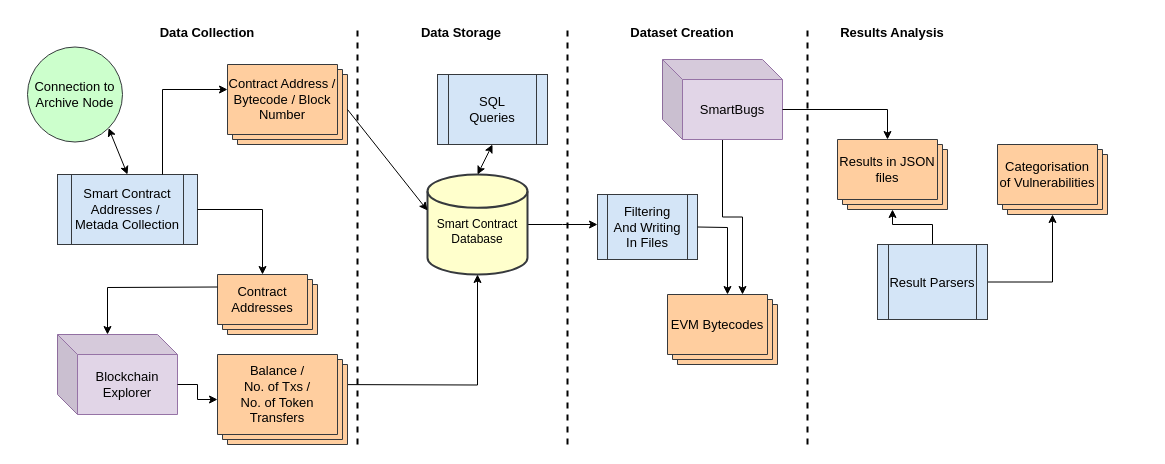
mchara01/centaur keeps this draw.io diagram as figures/drawio_files/analysis.drawio. Above is the earlier version. Source tidied: cells renumbered, new cells numbered last; positions are measured from the earlier drawing's top-left corner, leaving out a move shared by most shapes. Both pictures are drawn from the tidied source at 100%, with x=0, y=0 at pixel (27, 16).
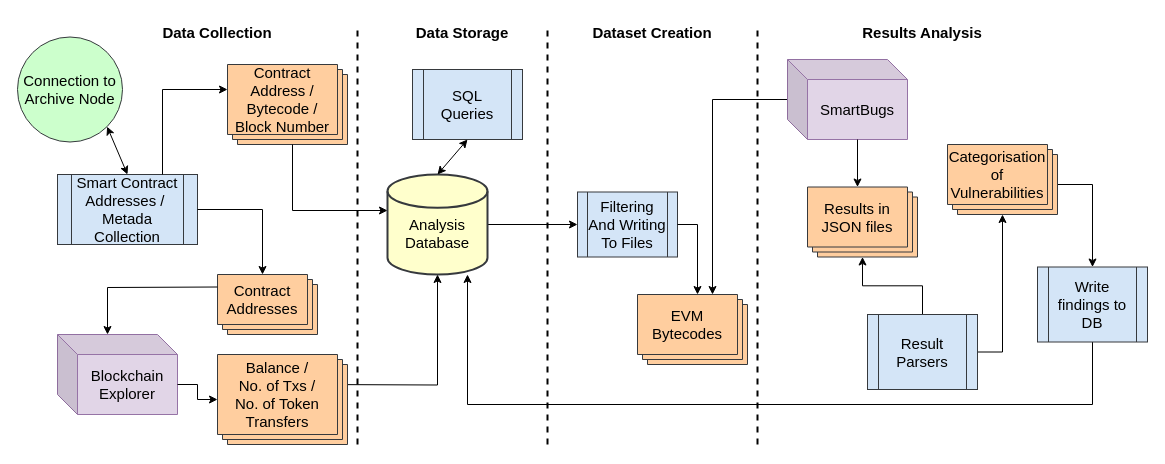
The same page after the edit.

Diff of the diagram source:
```diff
@@
-    <mxCell id="2" style="edgeStyle=orthogonalEdgeStyle;rounded=0;jettySize=auto;html=1;fontSize=13;strokeWidth=1;" parent="1" edge="1" source="3">
-      <mxGeometry relative="1" as="geometry">
-        <mxPoint x="570" y="208" as="targetPoint" />
-      </mxGeometry>
+    <mxCell id="2" style="edgeStyle=orthogonalEdgeStyle;rounded=0;jettySize=auto;html=1;fontSize=15;strokeWidth=1;entryX=0;entryY=0.5;entryDx=0;entryDy=0;" parent="1" edge="1" source="3" target="28">
+      <mxGeometry relative="1" as="geometry" />
     </mxCell>
-    <mxCell id="3" value="&lt;br&gt;Smart Contract&lt;br&gt;Database" style="strokeWidth=2;html=1;shape=mxgraph.flowchart.database;whiteSpace=wrap;fillColor=#FFFFCC;strokeColor=#36393d;" parent="1" vertex="1">
-      <mxGeometry x="400" y="158" width="100" height="100" as="geometry" />
+    <mxCell id="3" value="&lt;br&gt;Analysis&lt;br style=&quot;font-size: 15px;&quot;&gt;Database" style="strokeWidth=2;html=1;shape=mxgraph.flowchart.database;whiteSpace=wrap;fillColor=#FFFFCC;strokeColor=#36393d;fontSize=15;" parent="1" vertex="1">
+      <mxGeometry x="360" y="158" width="100" height="100" as="geometry" />
     </mxCell>
-    <mxCell id="4" style="endArrow=none;dashed=1;html=1;rounded=0;strokeWidth=2;" parent="1" edge="1">
+    <mxCell id="4" style="endArrow=none;dashed=1;html=1;rounded=0;strokeWidth=2;fontSize=15;" parent="1" edge="1">
       <mxGeometry relative="1" as="geometry">
         <mxPoint x="330" y="428" as="sourcePoint" />
         <mxPoint x="330" y="8" as="targetPoint" />
       </mxGeometry>
     </mxCell>
-    <mxCell id="5" value="Data Collection" style="text;html=1;strokeColor=none;fillColor=none;align=center;verticalAlign=middle;whiteSpace=wrap;rounded=0;fontSize=13;fontStyle=1;" parent="1" vertex="1">
-      <mxGeometry x="130" y="0.5" width="100" height="30" as="geometry" />
+    <mxCell id="5" value="Data Collection" style="text;html=1;strokeColor=none;fillColor=none;align=center;verticalAlign=middle;whiteSpace=wrap;rounded=0;fontSize=15;fontStyle=1;" parent="1" vertex="1">
+      <mxGeometry x="130" y="0.5" width="120" height="30" as="geometry" />
     </mxCell>
-    <mxCell id="6" style="verticalLabelPosition=bottom;verticalAlign=top;html=1;shape=mxgraph.basic.layered_rect;dx=10;outlineConnect=0;fontSize=13;fillColor=#FFCE9F;strokeColor=#36393d;" parent="1" vertex="1">
+    <mxCell id="6" style="verticalLabelPosition=bottom;verticalAlign=top;html=1;shape=mxgraph.basic.layered_rect;dx=10;outlineConnect=0;fontSize=15;fillColor=#FFCE9F;strokeColor=#36393d;" parent="1" vertex="1">
       <mxGeometry x="200" y="48" width="120" height="80" as="geometry" />
     </mxCell>
-    <mxCell id="7" value="Smart Contract Addresses /&amp;nbsp;&lt;br&gt;Metada Collection" style="shape=process;whiteSpace=wrap;html=1;backgroundOutline=1;fontSize=13;fillColor=#D4E5F7;strokeColor=#36393d;" parent="1" vertex="1">
+    <mxCell id="7" value="Smart Contract Addresses /&amp;nbsp;&lt;br style=&quot;font-size: 15px;&quot;&gt;Metada Collection" style="shape=process;whiteSpace=wrap;html=1;backgroundOutline=1;fontSize=15;fillColor=#D4E5F7;strokeColor=#36393d;" parent="1" vertex="1">
       <mxGeometry x="30" y="158" width="140" height="70" as="geometry" />
     </mxCell>
-    <mxCell id="8" style="endArrow=classic;html=1;rounded=0;fontSize=13;strokeWidth=1;exitX=0.75;exitY=0;exitDx=0;exitDy=0;entryX=0;entryY=0;entryDx=0;entryDy=25;entryPerimeter=0;" parent="1" edge="1" source="7" target="6">
+    <mxCell id="8" style="endArrow=classic;html=1;rounded=0;fontSize=15;strokeWidth=1;exitX=0.75;exitY=0;exitDx=0;exitDy=0;entryX=0;entryY=0;entryDx=0;entryDy=25;entryPerimeter=0;" parent="1" edge="1" source="7" target="6">
       <mxGeometry relative="1" as="geometry">
         <Array as="points">
           <mxPoint x="135" y="73" />
         </Array>
       </mxGeometry>
     </mxCell>
-    <mxCell id="9" value="Connection to Archive Node" style="ellipse;whiteSpace=wrap;html=1;fontSize=13;fillColor=#CCFFCC;strokeColor=#36393d;" parent="1" vertex="1">
-      <mxGeometry y="30.5" width="95" height="95" as="geometry" />
+    <mxCell id="9" value="Connection to Archive Node" style="ellipse;whiteSpace=wrap;html=1;fontSize=15;fillColor=#CCFFCC;strokeColor=#36393d;" parent="1" vertex="1">
+      <mxGeometry x="-10" y="20.5" width="105" height="105" as="geometry" />
     </mxCell>
-    <mxCell id="10" style="endArrow=classic;startArrow=classic;html=1;rounded=0;fontSize=13;strokeWidth=1;exitX=0.5;exitY=0;exitDx=0;exitDy=0;entryX=1;entryY=1;entryDx=0;entryDy=0;" parent="1" edge="1" source="7" target="9">
+    <mxCell id="10" style="endArrow=classic;startArrow=classic;html=1;rounded=0;fontSize=15;strokeWidth=1;exitX=0.5;exitY=0;exitDx=0;exitDy=0;entryX=1;entryY=1;entryDx=0;entryDy=0;" parent="1" edge="1" source="7" target="9">
       <mxGeometry relative="1" as="geometry" />
     </mxCell>
-    <mxCell id="11" style="verticalLabelPosition=bottom;verticalAlign=top;html=1;shape=mxgraph.basic.layered_rect;dx=10;fontSize=13;fillColor=#FFCE9F;strokeColor=#36393d;" parent="1" vertex="1">
+    <mxCell id="11" style="verticalLabelPosition=bottom;verticalAlign=top;html=1;shape=mxgraph.basic.layered_rect;dx=10;fontSize=15;fillColor=#FFCE9F;strokeColor=#36393d;" parent="1" vertex="1">
       <mxGeometry x="190" y="258" width="100" height="60" as="geometry" />
     </mxCell>
-    <mxCell id="12" value="Contract Addresses" style="text;html=1;strokeColor=none;fillColor=none;align=center;verticalAlign=middle;whiteSpace=wrap;rounded=0;fontSize=13;" parent="1" vertex="1">
+    <mxCell id="12" value="Contract Addresses" style="text;html=1;strokeColor=none;fillColor=none;align=center;verticalAlign=middle;whiteSpace=wrap;rounded=0;fontSize=15;" parent="1" vertex="1">
       <mxGeometry x="190" y="258" width="90" height="50" as="geometry" />
     </mxCell>
-    <mxCell id="13" value="Contract Address / Bytecode / Block Number" style="text;html=1;strokeColor=none;fillColor=none;align=center;verticalAlign=middle;whiteSpace=wrap;rounded=0;fontSize=13;" parent="1" vertex="1">
+    <mxCell id="13" value="Contract Address / Bytecode / Block Number" style="text;html=1;strokeColor=none;fillColor=none;align=center;verticalAlign=middle;whiteSpace=wrap;rounded=0;fontSize=15;" parent="1" vertex="1">
       <mxGeometry x="200" y="48" width="110" height="70" as="geometry" />
     </mxCell>
-    <mxCell id="14" style="endArrow=classic;html=1;rounded=0;fontSize=13;strokeWidth=1;exitX=1;exitY=0.5;exitDx=0;exitDy=0;entryX=0.5;entryY=0;entryDx=0;entryDy=0;" parent="1" edge="1" source="7" target="12">
+    <mxCell id="14" style="endArrow=classic;html=1;rounded=0;fontSize=15;strokeWidth=1;exitX=1;exitY=0.5;exitDx=0;exitDy=0;entryX=0.5;entryY=0;entryDx=0;entryDy=0;" parent="1" edge="1" source="7" target="12">
       <mxGeometry relative="1" as="geometry">
         <Array as="points">
           <mxPoint x="235" y="193" />
         </Array>
       </mxGeometry>
     </mxCell>
-    <mxCell id="15" style="shape=cube;whiteSpace=wrap;html=1;boundedLbl=1;backgroundOutline=1;darkOpacity=0.05;darkOpacity2=0.1;labelBackgroundColor=#FFFFFF;fontSize=13;fillColor=#e1d5e7;strokeColor=#9673a6;" parent="1" vertex="1">
+    <mxCell id="15" style="shape=cube;whiteSpace=wrap;html=1;boundedLbl=1;backgroundOutline=1;darkOpacity=0.05;darkOpacity2=0.1;labelBackgroundColor=#FFFFFF;fontSize=15;fillColor=#e1d5e7;strokeColor=#9673a6;" parent="1" vertex="1">
       <mxGeometry x="30" y="318" width="120" height="80" as="geometry" />
     </mxCell>
-    <mxCell id="16" style="edgeStyle=orthogonalEdgeStyle;rounded=0;jettySize=auto;html=1;fontSize=13;strokeWidth=1;" parent="1" edge="1" target="3">
+    <mxCell id="16" style="edgeStyle=orthogonalEdgeStyle;rounded=0;jettySize=auto;html=1;fontSize=15;strokeWidth=1;" parent="1" edge="1" target="3">
       <mxGeometry relative="1" as="geometry">
         <mxPoint x="290" y="368" as="sourcePoint" />
       </mxGeometry>
     </mxCell>
-    <mxCell id="17" style="edgeStyle=orthogonalEdgeStyle;rounded=0;jettySize=auto;html=1;fontSize=13;strokeWidth=1;" parent="1" edge="1" source="18" target="22">
+    <mxCell id="17" style="edgeStyle=orthogonalEdgeStyle;rounded=0;jettySize=auto;html=1;fontSize=15;strokeWidth=1;" parent="1" edge="1" source="18" target="22">
       <mxGeometry relative="1" as="geometry" />
     </mxCell>
-    <mxCell id="18" value="Blockchain&lt;br&gt;Explorer" style="text;html=1;strokeColor=none;fillColor=none;align=center;verticalAlign=middle;whiteSpace=wrap;rounded=0;fontSize=13;" parent="1" vertex="1">
+    <mxCell id="18" value="Blockchain&lt;br style=&quot;font-size: 15px;&quot;&gt;Explorer" style="text;html=1;strokeColor=none;fillColor=none;align=center;verticalAlign=middle;whiteSpace=wrap;rounded=0;fontSize=15;" parent="1" vertex="1">
       <mxGeometry x="50" y="338" width="100" height="60" as="geometry" />
     </mxCell>
-    <mxCell id="19" style="endArrow=classic;html=1;rounded=0;fontSize=13;strokeWidth=1;exitX=0;exitY=0.25;exitDx=0;exitDy=0;entryX=0;entryY=0;entryDx=50;entryDy=0;entryPerimeter=0;" parent="1" edge="1" source="12" target="15">
+    <mxCell id="19" style="endArrow=classic;html=1;rounded=0;fontSize=15;strokeWidth=1;exitX=0;exitY=0.25;exitDx=0;exitDy=0;entryX=0;entryY=0;entryDx=50;entryDy=0;entryPerimeter=0;" parent="1" edge="1" source="12" target="15">
       <mxGeometry relative="1" as="geometry">
         <Array as="points">
           <mxPoint x="80" y="271" />
         </Array>
       </mxGeometry>
     </mxCell>
-    <mxCell id="20" value="Data Storage" style="text;html=1;strokeColor=none;fillColor=none;align=center;verticalAlign=middle;whiteSpace=wrap;rounded=0;fontSize=13;fontStyle=1;" parent="1" vertex="1">
-      <mxGeometry x="384" y="0.5" width="100" height="30" as="geometry" />
+    <mxCell id="20" value="Data Storage" style="text;html=1;strokeColor=none;fillColor=none;align=center;verticalAlign=middle;whiteSpace=wrap;rounded=0;fontSize=15;fontStyle=1;" parent="1" vertex="1">
+      <mxGeometry x="385" y="0.5" width="100" height="30" as="geometry" />
     </mxCell>
-    <mxCell id="21" style="endArrow=classic;html=1;rounded=0;fontSize=13;strokeWidth=1;exitX=0;exitY=0;exitDx=120;exitDy=45;exitPerimeter=0;entryX=0;entryY=0.36;entryDx=0;entryDy=0;entryPerimeter=0;" parent="1" edge="1" source="6" target="3">
-      <mxGeometry relative="1" as="geometry" />
+    <mxCell id="21" style="endArrow=classic;html=1;rounded=0;fontSize=15;strokeWidth=1;exitX=0;exitY=0;exitDx=65;exitDy=80;exitPerimeter=0;entryX=0;entryY=0.36;entryDx=0;entryDy=0;entryPerimeter=0;" parent="1" edge="1" source="6" target="3">
+      <mxGeometry relative="1" as="geometry">
+        <Array as="points">
+          <mxPoint x="265" y="194" />
+        </Array>
+      </mxGeometry>
     </mxCell>
-    <mxCell id="22" style="verticalLabelPosition=bottom;verticalAlign=top;html=1;shape=mxgraph.basic.layered_rect;dx=10;outlineConnect=0;fontSize=13;fillColor=#FFCE9F;strokeColor=#36393d;" parent="1" vertex="1">
+    <mxCell id="22" style="verticalLabelPosition=bottom;verticalAlign=top;html=1;shape=mxgraph.basic.layered_rect;dx=10;outlineConnect=0;fontSize=15;fillColor=#FFCE9F;strokeColor=#36393d;" parent="1" vertex="1">
       <mxGeometry x="190" y="338" width="130" height="90" as="geometry" />
     </mxCell>
-    <mxCell id="23" value="Balance /&lt;br&gt;No. of Txs /&lt;br&gt;No. of Token Transfers" style="text;html=1;strokeColor=none;fillColor=none;align=center;verticalAlign=middle;whiteSpace=wrap;rounded=0;fontSize=13;" parent="1" vertex="1">
+    <mxCell id="23" value="Balance /&lt;br style=&quot;font-size: 15px;&quot;&gt;No. of Txs /&lt;br style=&quot;font-size: 15px;&quot;&gt;No. of Token Transfers" style="text;html=1;strokeColor=none;fillColor=none;align=center;verticalAlign=middle;whiteSpace=wrap;rounded=0;fontSize=15;" parent="1" vertex="1">
       <mxGeometry x="190" y="338" width="120" height="80" as="geometry" />
     </mxCell>
-    <mxCell id="24" style="endArrow=none;dashed=1;html=1;rounded=0;strokeWidth=2;" parent="1" edge="1">
+    <mxCell id="24" style="endArrow=none;dashed=1;html=1;rounded=0;strokeWidth=2;fontSize=15;" parent="1" edge="1">
       <mxGeometry relative="1" as="geometry">
-        <mxPoint x="540" y="428" as="sourcePoint" />
-        <mxPoint x="540" y="8" as="targetPoint" />
+        <mxPoint x="520" y="428" as="sourcePoint" />
+        <mxPoint x="520" y="8" as="targetPoint" />
       </mxGeometry>
     </mxCell>
-    <mxCell id="25" value="SQL&lt;br&gt;Queries" style="shape=process;whiteSpace=wrap;html=1;backgroundOutline=1;fontSize=13;fillColor=#D4E5F7;strokeColor=#36393d;" parent="1" vertex="1">
-      <mxGeometry x="410" y="58" width="110" height="70" as="geometry" />
+    <mxCell id="25" value="SQL&lt;br style=&quot;font-size: 15px;&quot;&gt;Queries" style="shape=process;whiteSpace=wrap;html=1;backgroundOutline=1;fontSize=15;fillColor=#D4E5F7;strokeColor=#36393d;" parent="1" vertex="1">
+      <mxGeometry x="385" y="53" width="110" height="70" as="geometry" />
     </mxCell>
-    <mxCell id="26" style="endArrow=classic;startArrow=classic;html=1;rounded=0;fontSize=13;strokeWidth=1;exitX=0.5;exitY=0;exitDx=0;exitDy=0;exitPerimeter=0;entryX=0.5;entryY=1;entryDx=0;entryDy=0;" parent="1" edge="1" source="3" target="25">
+    <mxCell id="26" style="endArrow=classic;startArrow=classic;html=1;rounded=0;fontSize=15;strokeWidth=1;exitX=0.5;exitY=0;exitDx=0;exitDy=0;exitPerimeter=0;entryX=0.5;entryY=1;entryDx=0;entryDy=0;" parent="1" edge="1" source="3" target="25">
       <mxGeometry relative="1" as="geometry" />
     </mxCell>
-    <mxCell id="27" value="Dataset Creation" style="text;html=1;strokeColor=none;fillColor=none;align=center;verticalAlign=middle;whiteSpace=wrap;rounded=0;fontSize=13;fontStyle=1;" parent="1" vertex="1">
-      <mxGeometry x="600" y="0.5" width="110" height="30" as="geometry" />
+    <mxCell id="27" value="Dataset Creation" style="text;html=1;strokeColor=none;fillColor=none;align=center;verticalAlign=middle;whiteSpace=wrap;rounded=0;fontSize=15;fontStyle=1;" parent="1" vertex="1">
+      <mxGeometry x="560" y="0.5" width="130" height="30" as="geometry" />
     </mxCell>
-    <mxCell id="28" value="Filtering&lt;br&gt;And Writing In Files" style="shape=process;whiteSpace=wrap;html=1;backgroundOutline=1;fontSize=13;fillColor=#D4E5F7;strokeColor=#36393d;" parent="1" vertex="1">
-      <mxGeometry x="570" y="178" width="100" height="65" as="geometry" />
+    <mxCell id="28" value="Filtering&lt;br style=&quot;font-size: 15px;&quot;&gt;And Writing To Files" style="shape=process;whiteSpace=wrap;html=1;backgroundOutline=1;fontSize=15;fillColor=#D4E5F7;strokeColor=#36393d;" parent="1" vertex="1">
+      <mxGeometry x="550" y="175.5" width="100" height="65" as="geometry" />
     </mxCell>
-    <mxCell id="29" style="verticalLabelPosition=bottom;verticalAlign=top;html=1;shape=mxgraph.basic.layered_rect;dx=10;outlineConnect=0;fontSize=13;fillColor=#FFCE9F;strokeColor=#36393d;" parent="1" vertex="1">
-      <mxGeometry x="640" y="278" width="110" height="70" as="geometry" />
+    <mxCell id="29" style="verticalLabelPosition=bottom;verticalAlign=top;html=1;shape=mxgraph.basic.layered_rect;dx=10;outlineConnect=0;fontSize=15;fillColor=#FFCE9F;strokeColor=#36393d;" parent="1" vertex="1">
+      <mxGeometry x="610" y="278" width="110" height="70" as="geometry" />
     </mxCell>
-    <mxCell id="30" style="endArrow=classic;html=1;rounded=0;fontSize=13;strokeWidth=1;exitX=1;exitY=0.5;exitDx=0;exitDy=0;entryX=0;entryY=0;entryDx=60;entryDy=0;entryPerimeter=0;" parent="1" edge="1" source="28" target="29">
+    <mxCell id="30" style="endArrow=classic;html=1;rounded=0;fontSize=15;strokeWidth=1;exitX=1;exitY=0.5;exitDx=0;exitDy=0;entryX=0;entryY=0;entryDx=60;entryDy=0;entryPerimeter=0;" parent="1" edge="1" source="28" target="29">
       <mxGeometry relative="1" as="geometry">
         <Array as="points">
-          <mxPoint x="700" y="211" />
+          <mxPoint x="670" y="208" />
         </Array>
       </mxGeometry>
     </mxCell>
-    <mxCell id="31" value="EVM Bytecodes" style="text;html=1;strokeColor=none;fillColor=none;align=center;verticalAlign=middle;whiteSpace=wrap;rounded=0;fontSize=13;" parent="1" vertex="1">
-      <mxGeometry x="640" y="278" width="100" height="60" as="geometry" />
+    <mxCell id="31" value="EVM Bytecodes" style="text;html=1;strokeColor=none;fillColor=none;align=center;verticalAlign=middle;whiteSpace=wrap;rounded=0;fontSize=15;" parent="1" vertex="1">
+      <mxGeometry x="610" y="278" width="100" height="60" as="geometry" />
     </mxCell>
-    <mxCell id="32" style="edgeStyle=orthogonalEdgeStyle;rounded=0;jettySize=auto;html=1;entryX=0;entryY=0;entryDx=75;entryDy=0;entryPerimeter=0;fontSize=13;strokeWidth=1;" parent="1" edge="1" source="33" target="29">
+    <mxCell id="32" style="edgeStyle=orthogonalEdgeStyle;rounded=0;jettySize=auto;html=1;entryX=0;entryY=0;entryDx=75;entryDy=0;entryPerimeter=0;fontSize=15;strokeWidth=1;" parent="1" edge="1" source="33" target="29">
       <mxGeometry relative="1" as="geometry" />
     </mxCell>
-    <mxCell id="33" style="shape=cube;whiteSpace=wrap;html=1;boundedLbl=1;backgroundOutline=1;darkOpacity=0.05;darkOpacity2=0.1;labelBackgroundColor=#FFFFFF;fontSize=13;fillColor=#e1d5e7;strokeColor=#9673a6;" parent="1" vertex="1">
-      <mxGeometry x="635" y="43" width="120" height="80" as="geometry" />
+    <mxCell id="33" style="shape=cube;whiteSpace=wrap;html=1;boundedLbl=1;backgroundOutline=1;darkOpacity=0.05;darkOpacity2=0.1;labelBackgroundColor=#FFFFFF;fontSize=15;fillColor=#e1d5e7;strokeColor=#9673a6;" parent="1" vertex="1">
+      <mxGeometry x="760" y="43" width="120" height="80" as="geometry" />
     </mxCell>
-    <mxCell id="34" style="edgeStyle=orthogonalEdgeStyle;rounded=0;jettySize=auto;html=1;entryX=0;entryY=0;entryDx=50;entryDy=0;entryPerimeter=0;fontSize=13;strokeWidth=1;" parent="1" edge="1" source="35" target="38">
+    <mxCell id="34" style="edgeStyle=orthogonalEdgeStyle;rounded=0;jettySize=auto;html=1;entryX=0;entryY=0;entryDx=50;entryDy=0;entryPerimeter=0;fontSize=15;strokeWidth=1;" parent="1" edge="1" source="35" target="38">
       <mxGeometry relative="1" as="geometry" />
     </mxCell>
-    <mxCell id="35" value="SmartBugs" style="text;html=1;strokeColor=none;fillColor=none;align=center;verticalAlign=middle;whiteSpace=wrap;rounded=0;fontSize=13;" parent="1" vertex="1">
-      <mxGeometry x="655" y="63" width="100" height="60" as="geometry" />
+    <mxCell id="35" value="SmartBugs" style="text;html=1;strokeColor=none;fillColor=none;align=center;verticalAlign=middle;whiteSpace=wrap;rounded=0;fontSize=15;" parent="1" vertex="1">
+      <mxGeometry x="780" y="63" width="100" height="60" as="geometry" />
     </mxCell>
-    <mxCell id="36" style="endArrow=none;dashed=1;html=1;rounded=0;strokeWidth=2;" parent="1" edge="1">
+    <mxCell id="36" style="endArrow=none;dashed=1;html=1;rounded=0;strokeWidth=2;fontSize=15;" parent="1" edge="1">
       <mxGeometry relative="1" as="geometry">
-        <mxPoint x="780" y="428" as="sourcePoint" />
-        <mxPoint x="780" y="8" as="targetPoint" />
+        <mxPoint x="730" y="428" as="sourcePoint" />
+        <mxPoint x="730" y="8" as="targetPoint" />
       </mxGeometry>
     </mxCell>
-    <mxCell id="37" value="Results Analysis" style="text;html=1;strokeColor=none;fillColor=none;align=center;verticalAlign=middle;whiteSpace=wrap;rounded=0;fontSize=13;fontStyle=1;" parent="1" vertex="1">
-      <mxGeometry x="810" y="0.5" width="110" height="30" as="geometry" />
+    <mxCell id="37" value="Results Analysis" style="text;html=1;strokeColor=none;fillColor=none;align=center;verticalAlign=middle;whiteSpace=wrap;rounded=0;fontSize=15;fontStyle=1;" parent="1" vertex="1">
+      <mxGeometry x="830" y="0.5" width="130" height="30" as="geometry" />
     </mxCell>
-    <mxCell id="38" style="verticalLabelPosition=bottom;verticalAlign=top;html=1;shape=mxgraph.basic.layered_rect;dx=10;outlineConnect=0;fontSize=13;fillColor=#FFCE9F;strokeColor=#36393d;" parent="1" vertex="1">
-      <mxGeometry x="810" y="123" width="110" height="70" as="geometry" />
+    <mxCell id="38" style="verticalLabelPosition=bottom;verticalAlign=top;html=1;shape=mxgraph.basic.layered_rect;dx=10;outlineConnect=0;fontSize=15;fillColor=#FFCE9F;strokeColor=#36393d;" parent="1" vertex="1">
+      <mxGeometry x="780" y="170.5" width="110" height="70" as="geometry" />
     </mxCell>
-    <mxCell id="39" value="Results in JSON files" style="text;html=1;strokeColor=none;fillColor=none;align=center;verticalAlign=middle;whiteSpace=wrap;rounded=0;fontSize=13;" parent="1" vertex="1">
-      <mxGeometry x="810" y="123" width="100" height="60" as="geometry" />
+    <mxCell id="39" value="Results in JSON files" style="text;html=1;strokeColor=none;fillColor=none;align=center;verticalAlign=middle;whiteSpace=wrap;rounded=0;fontSize=15;" parent="1" vertex="1">
+      <mxGeometry x="780" y="170.5" width="100" height="60" as="geometry" />
     </mxCell>
-    <mxCell id="40" style="edgeStyle=orthogonalEdgeStyle;rounded=0;jettySize=auto;html=1;fontSize=13;strokeWidth=1;" parent="1" edge="1" source="42" target="38">
+    <mxCell id="40" style="edgeStyle=orthogonalEdgeStyle;rounded=0;jettySize=auto;html=1;fontSize=15;strokeWidth=1;" parent="1" edge="1" source="42" target="38">
       <mxGeometry relative="1" as="geometry" />
     </mxCell>
-    <mxCell id="41" style="edgeStyle=orthogonalEdgeStyle;rounded=0;jettySize=auto;html=1;exitX=1;exitY=0.5;exitDx=0;exitDy=0;fontSize=13;strokeWidth=1;" parent="1" edge="1" source="42" target="43">
+    <mxCell id="41" style="edgeStyle=orthogonalEdgeStyle;rounded=0;jettySize=auto;html=1;exitX=1;exitY=0.5;exitDx=0;exitDy=0;fontSize=15;strokeWidth=1;" parent="1" edge="1" source="42" target="43">
       <mxGeometry relative="1" as="geometry" />
     </mxCell>
-    <mxCell id="42" value="Result Parsers" style="shape=process;whiteSpace=wrap;html=1;backgroundOutline=1;fontSize=13;fillColor=#D4E5F7;strokeColor=#36393d;" parent="1" vertex="1">
-      <mxGeometry x="850" y="228" width="110" height="75" as="geometry" />
+    <mxCell id="42" value="Result Parsers" style="shape=process;whiteSpace=wrap;html=1;backgroundOutline=1;fontSize=15;fillColor=#D4E5F7;strokeColor=#36393d;" parent="1" vertex="1">
+      <mxGeometry x="840" y="298" width="110" height="75" as="geometry" />
     </mxCell>
+    <mxCell id="45" style="edgeStyle=orthogonalEdgeStyle;rounded=0;jettySize=auto;html=1;exitX=0;exitY=0;exitDx=110;exitDy=40;exitPerimeter=0;entryX=0.5;entryY=0;entryDx=0;entryDy=0;" parent="1" edge="1" source="43" target="47">
+      <mxGeometry relative="1" as="geometry" />
+    </mxCell>
-    <mxCell id="43" style="verticalLabelPosition=bottom;verticalAlign=top;html=1;shape=mxgraph.basic.layered_rect;dx=10;outlineConnect=0;fontSize=13;fillColor=#FFCE9F;strokeColor=#36393d;" parent="1" vertex="1">
-      <mxGeometry x="970" y="128" width="110" height="70" as="geometry" />
+    <mxCell id="43" style="verticalLabelPosition=bottom;verticalAlign=top;html=1;shape=mxgraph.basic.layered_rect;dx=10;outlineConnect=0;fontSize=15;fillColor=#FFCE9F;strokeColor=#36393d;" parent="1" vertex="1">
+      <mxGeometry x="920" y="128" width="110" height="70" as="geometry" />
     </mxCell>
-    <mxCell id="44" value="Categorisation of Vulnerabilities" style="text;html=1;strokeColor=none;fillColor=none;align=center;verticalAlign=middle;whiteSpace=wrap;rounded=0;fontSize=13;" parent="1" vertex="1">
-      <mxGeometry x="970" y="128" width="100" height="60" as="geometry" />
+    <mxCell id="44" value="Categorisation of Vulnerabilities" style="text;html=1;strokeColor=none;fillColor=none;align=center;verticalAlign=middle;whiteSpace=wrap;rounded=0;fontSize=15;" parent="1" vertex="1">
+      <mxGeometry x="920" y="128" width="100" height="60" as="geometry" />
     </mxCell>
+    <mxCell id="46" style="edgeStyle=orthogonalEdgeStyle;rounded=0;jettySize=auto;html=1;exitX=0.5;exitY=1;exitDx=0;exitDy=0;" parent="1" edge="1" source="47" target="3">
+      <mxGeometry relative="1" as="geometry">
+        <Array as="points">
+          <mxPoint x="1065" y="388" />
+          <mxPoint x="440" y="388" />
+        </Array>
+      </mxGeometry>
+    </mxCell>
+    <mxCell id="47" value="Write findings to DB" style="shape=process;whiteSpace=wrap;html=1;backgroundOutline=1;fontSize=15;fillColor=#D4E5F7;strokeColor=#36393d;" parent="1" vertex="1">
+      <mxGeometry x="1010" y="250.5" width="110" height="75" as="geometry" />
+    </mxCell>
```
